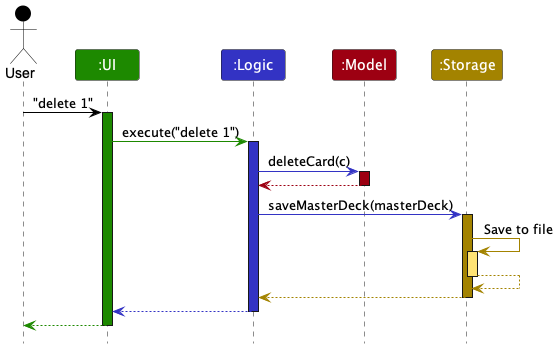
Earlier version of the PlantUML export docs/images/ArchitectureSequenceDiagram.png (nus-cs2103-AY2223S2/tp).
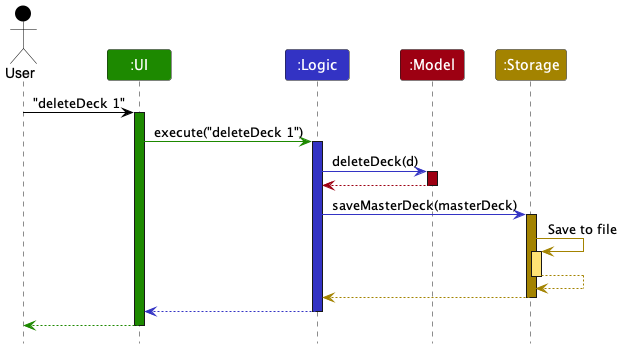
After the commit.

Commit message:
Update puml of diagrams to new format

Change to the diagram source:
```diff
@@ -7,13 +7,13 @@
 Participant ":Model" as model MODEL_COLOR
 Participant ":Storage" as storage STORAGE_COLOR
 
-user -[USER_COLOR]> ui : "delete 1"
+user -[USER_COLOR]> ui : "deleteDeck 1"
 activate ui UI_COLOR
 
-ui -[UI_COLOR]> logic : execute("delete 1")
+ui -[UI_COLOR]> logic : execute("deleteDeck 1")
 activate logic LOGIC_COLOR
 
-logic -[LOGIC_COLOR]> model : deleteCard(c)
+logic -[LOGIC_COLOR]> model : deleteDeck(d)
 activate model MODEL_COLOR
 
 model -[MODEL_COLOR]-> logic
```
